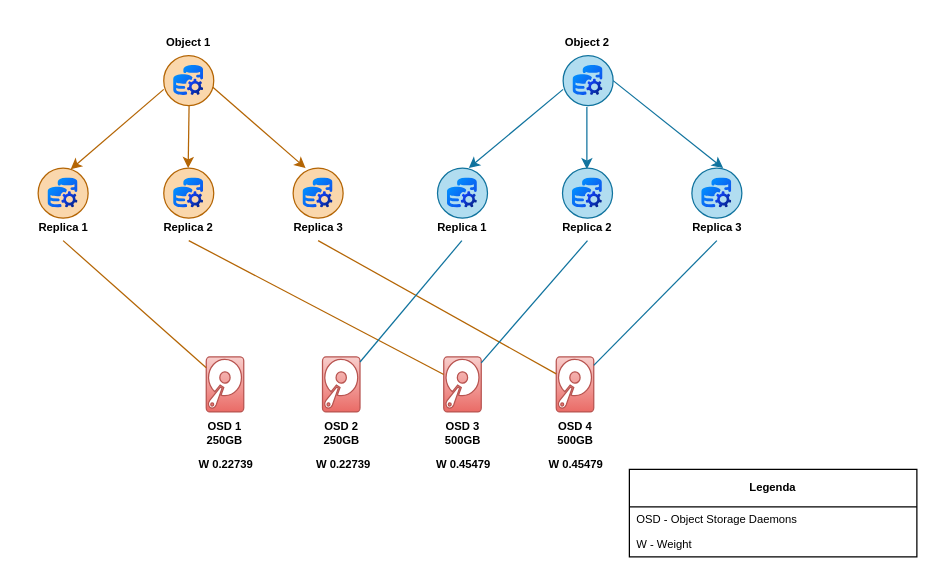
The draw.io diagram page "Página-7" (7 of 8) of ArmazenamentoProxmox.drawio in Miguellopesss/PrivateCloud, before the edit. Source tidied: cells renumbered, new cells numbered last; positions are measured from the earlier drawing's top-left corner, leaving out a move shared by most shapes. Both pictures are drawn from the tidied source at 125%, with x=0, y=0 at pixel (20, 21).
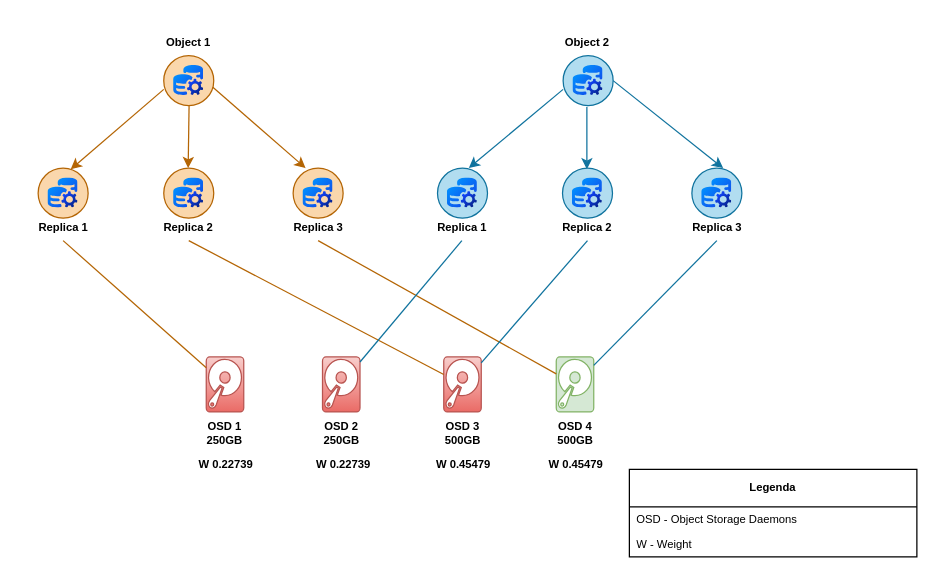
After the change.

Change to the diagram source:
```diff
@@
-    <mxCell id="8" style="sketch=0;shadow=0;dashed=0;html=1;strokeColor=#b85450;fillColor=#f8cecc;labelPosition=center;verticalLabelPosition=bottom;verticalAlign=top;outlineConnect=0;align=center;shape=mxgraph.office.devices.hard_disk;gradientColor=#ea6b66;" parent="1" vertex="1">
+    <mxCell id="8" style="sketch=0;shadow=0;dashed=0;html=1;strokeColor=#82b366;fillColor=#d5e8d4;labelPosition=center;verticalLabelPosition=bottom;verticalAlign=top;outlineConnect=0;align=center;shape=mxgraph.office.devices.hard_disk;" parent="1" vertex="1">
       <mxGeometry x="428.5" y="268" width="30" height="44" as="geometry" />
     </mxCell>
```
